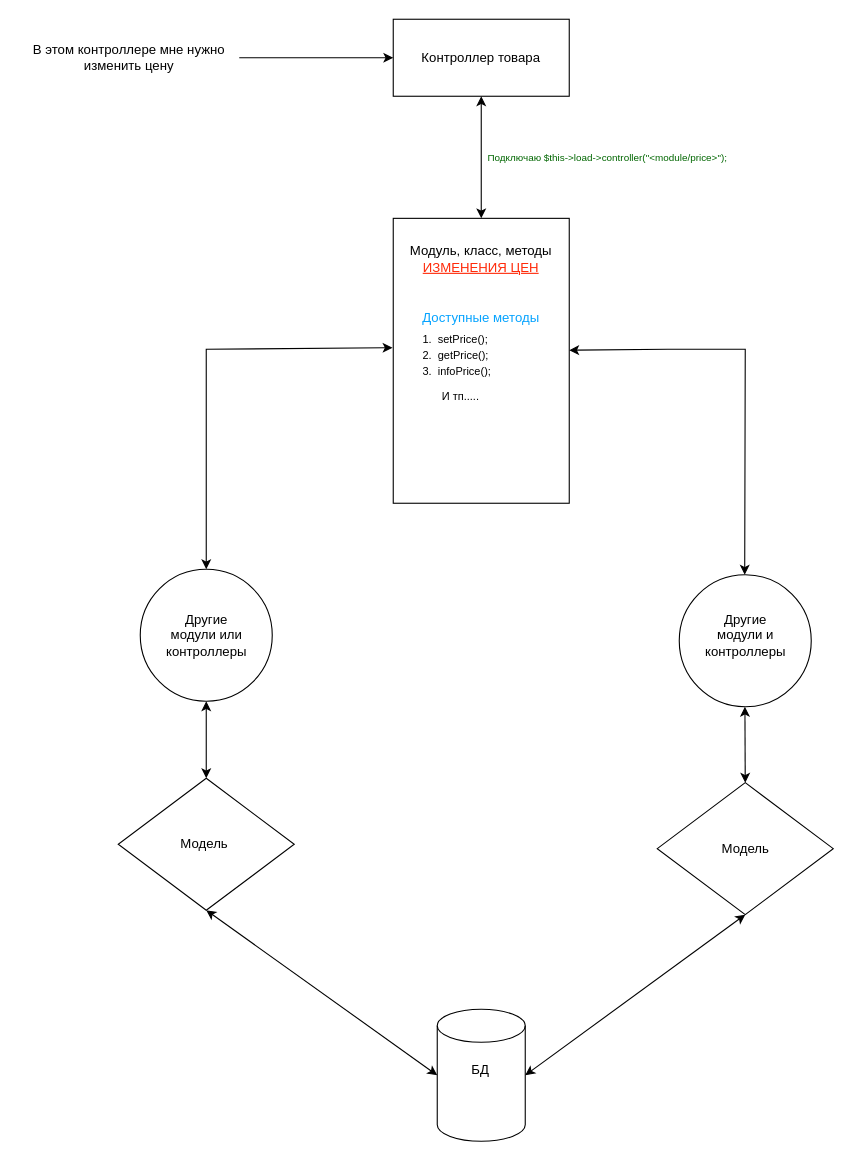
Before: Главная/Центральный-блок.drawio in mitivil/Gamestil-plan, a draw.io diagram. Source tidied: cells renumbered, new cells numbered last; positions are measured from the earlier drawing's top-left corner, leaving out a move shared by most shapes. Both pictures are drawn from the tidied source at 110%, with x=0, y=0 at pixel (19, 19).
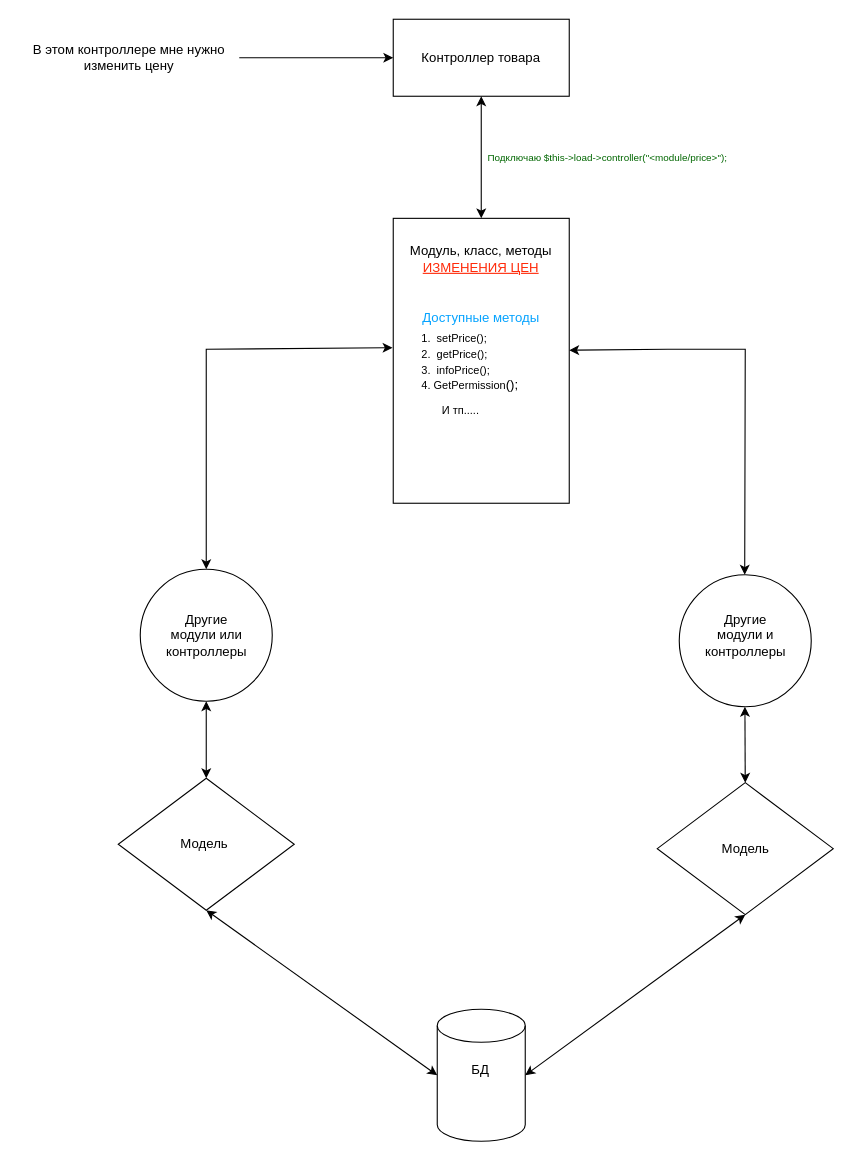
The same page after the edit.

The edit, as a diff of the source:
```diff
@@
-    <mxCell id="10" value="&lt;font style=&quot;font-size: 10px;&quot;&gt;1.&amp;nbsp; setPrice();&lt;br&gt;2.&amp;nbsp; getPrice();&lt;br&gt;3.&amp;nbsp; infoPrice();&lt;/font&gt;" style="text;strokeColor=none;fillColor=none;align=left;verticalAlign=middle;spacingLeft=4;spacingRight=4;overflow=hidden;whiteSpace=wrap;html=1;" parent="1" vertex="1">
-      <mxGeometry x="361" y="279.5" width="120" height="50.5" as="geometry" />
+    <mxCell id="10" value="&lt;font style=&quot;font-size: 10px;&quot;&gt;1.&amp;nbsp; setPrice();&lt;br&gt;2.&amp;nbsp; getPrice();&lt;br&gt;3.&amp;nbsp; infoPrice();&lt;/font&gt;&lt;br&gt;&lt;div&gt;&lt;font style=&quot;font-size: 10px;&quot;&gt;4. GetPermission&lt;/font&gt;();&lt;/div&gt;" style="text;strokeColor=none;fillColor=none;align=left;verticalAlign=middle;spacingLeft=4;spacingRight=4;overflow=hidden;whiteSpace=wrap;html=1;" parent="1" vertex="1">
+      <mxGeometry x="360" y="280" width="120" height="61" as="geometry" />
     </mxCell>
@@
     <mxCell id="12" value="&lt;div&gt;&lt;font style=&quot;font-size: 10px;&quot;&gt;И тп.....&lt;/font&gt;&lt;/div&gt;" style="text;html=1;strokeColor=none;fillColor=none;align=center;verticalAlign=middle;whiteSpace=wrap;rounded=0;" parent="1" vertex="1">
-      <mxGeometry x="370" y="328" width="63" height="30" as="geometry" />
+      <mxGeometry x="370" y="340" width="63" height="30" as="geometry" />
     </mxCell>
```
